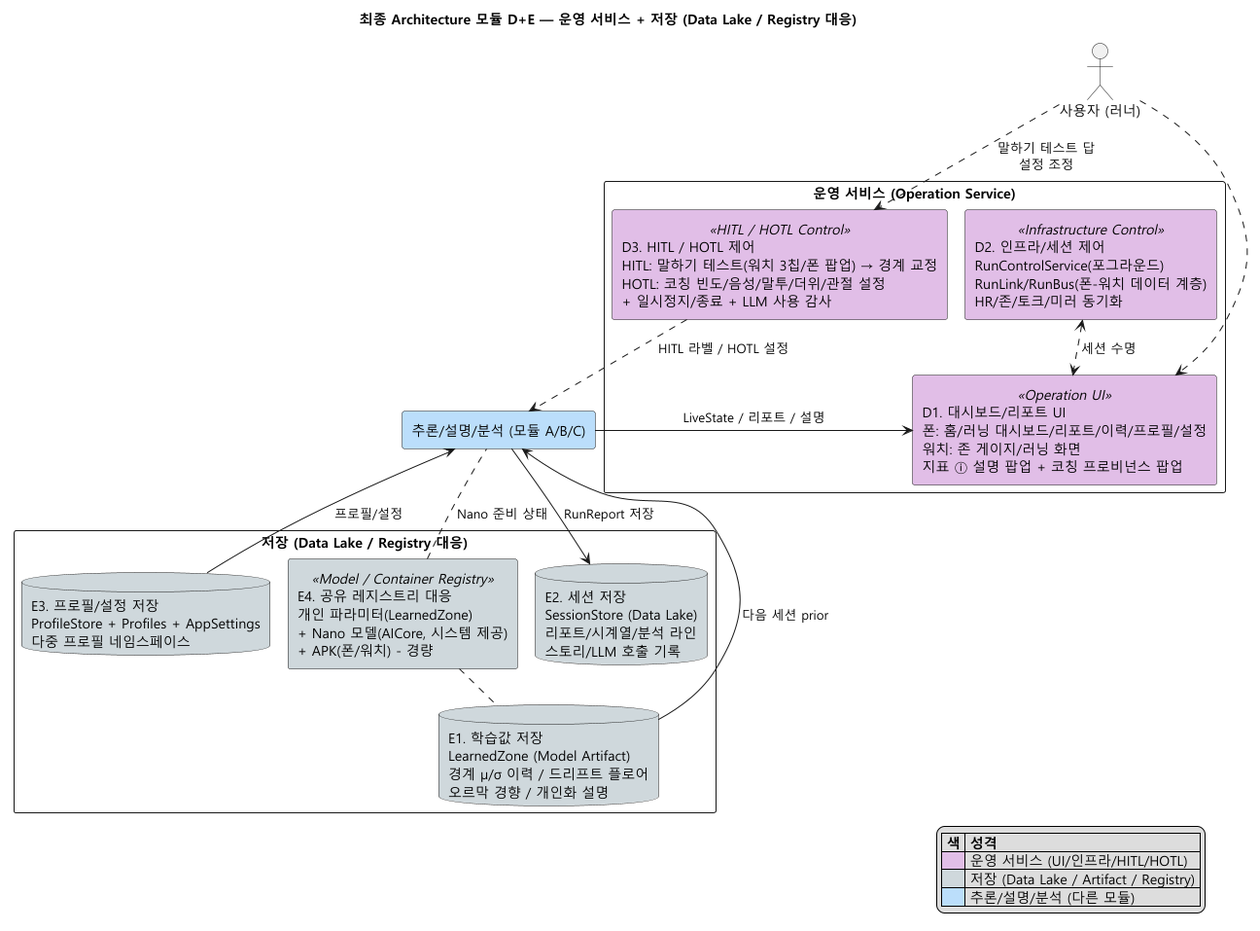
Earlier version of the PlantUML export docs/img/06c-module-operation-storage.png (tenyearslove/zone2runner).
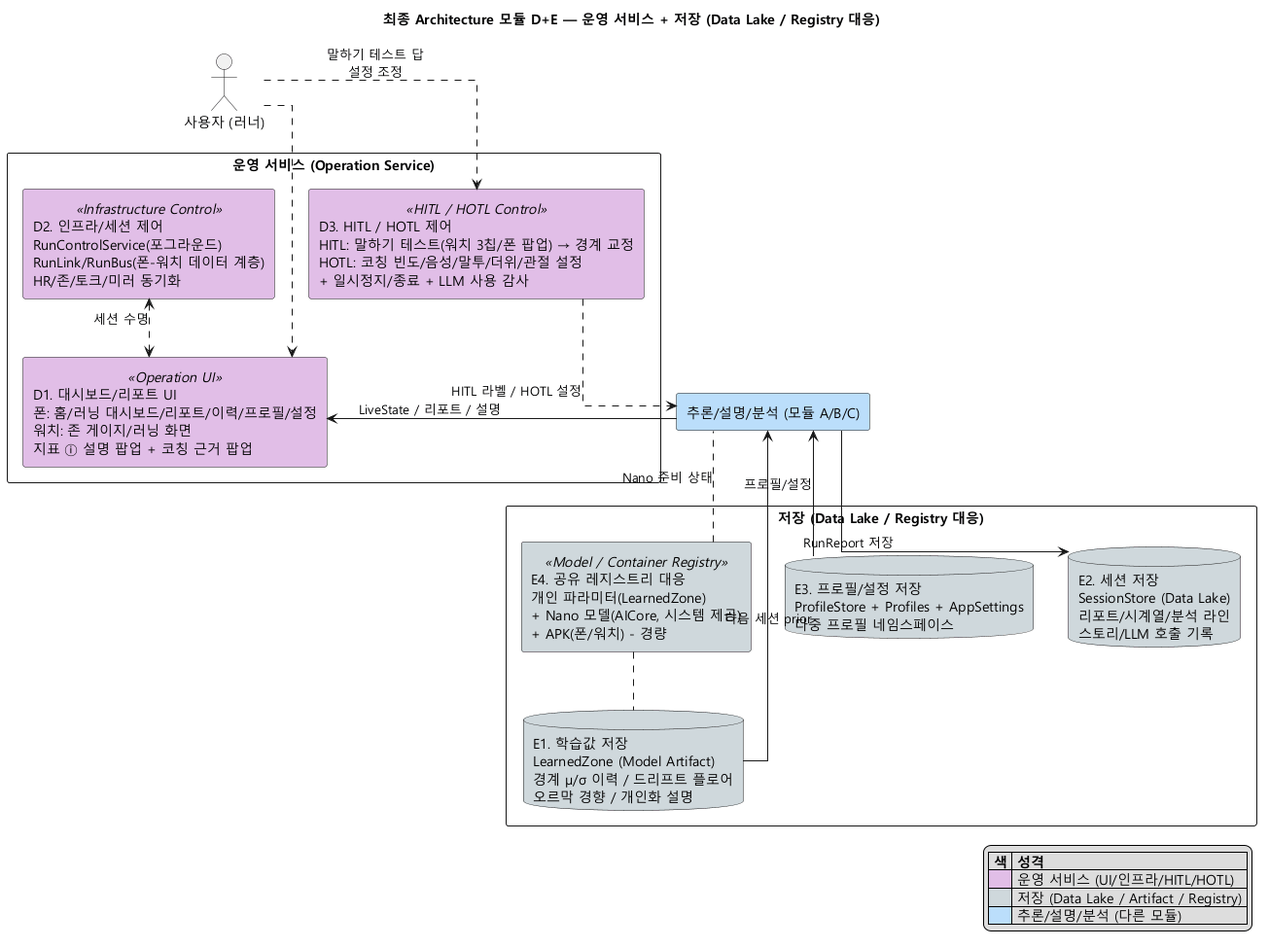
Later version of the same file.

Change to the diagram source:
```diff
@@ -1,5 +1,4 @@
 @startuml
-!pragma layout smetana
 title 최종 Architecture 모듈 D+E — 운영 서비스 + 저장 (Data Lake / Registry 대응)
 skinparam defaultFontName "Malgun Gothic"
 skinparam componentStyle rectangle
@@ -11,7 +10,7 @@
 component "추론/설명/분석 (모듈 A/B/C)" as CORE #BBDEFB
 
 package "운영 서비스 (Operation Service)" {
-  component "D1. 대시보드/리포트 UI\n폰: 홈/러닝 대시보드/리포트/이력/프로필/설정\n워치: 존 게이지/러닝 화면\n지표 ⓘ 설명 팝업 + 코칭 프로비넌스 팝업" <<Operation UI>> as D1 #E1BEE7
+  component "D1. 대시보드/리포트 UI\n폰: 홈/러닝 대시보드/리포트/이력/프로필/설정\n워치: 존 게이지/러닝 화면\n지표 ⓘ 설명 팝업 + 코칭 근거 팝업" <<Operation UI>> as D1 #E1BEE7
   component "D2. 인프라/세션 제어\nRunControlService(포그라운드)\nRunLink/RunBus(폰-워치 데이터 계층)\nHR/존/토크/미러 동기화" <<Infrastructure Control>> as D2 #E1BEE7
   component "D3. HITL / HOTL 제어\nHITL: 말하기 테스트(워치 3칩/폰 팝업) → 경계 교정\nHOTL: 코칭 빈도/음성/말투/더위/관절 설정\n+ 일시정지/종료 + LLM 사용 감사" <<HITL / HOTL Control>> as D3 #E1BEE7
 }
```
